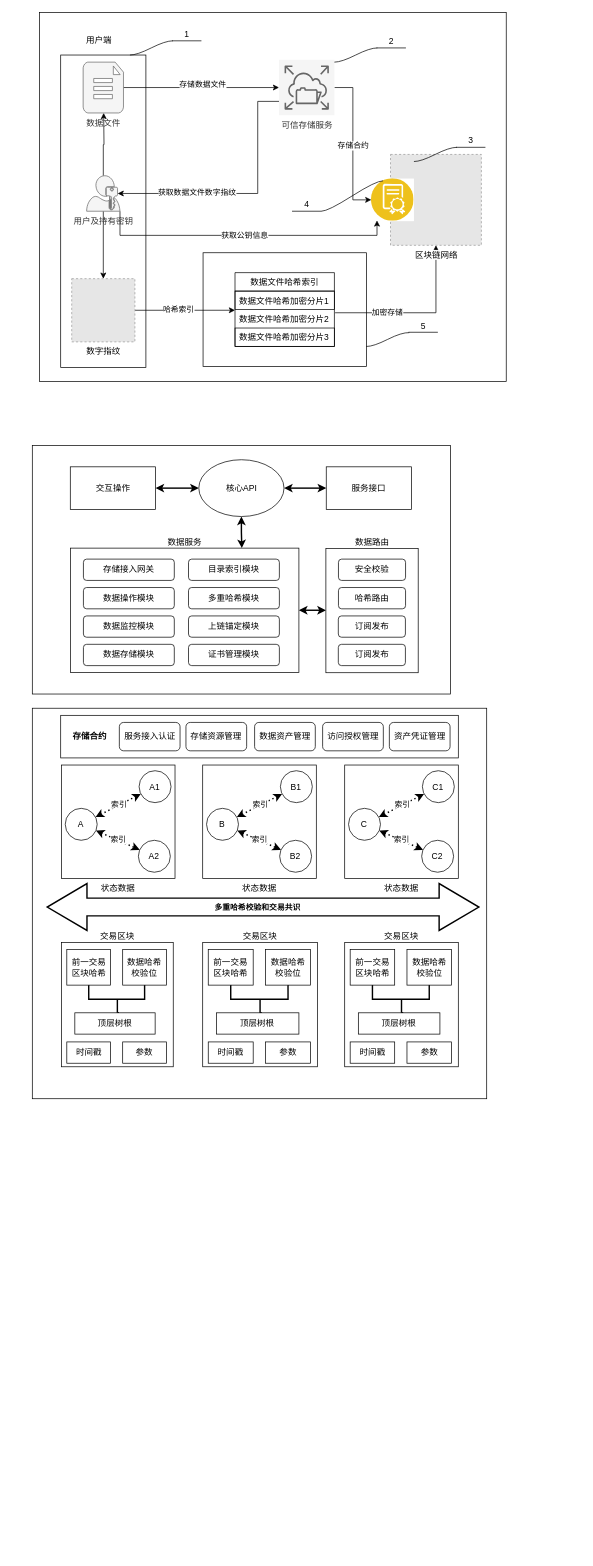
luoweb/codeshow keeps this draw.io diagram as bts_chain_cid.drawio. Above is the earlier version. Source tidied: cells renumbered, new cells numbered last; positions are measured from the earlier drawing's top-left corner, leaving out a move shared by most shapes. Both pictures are drawn from the tidied source at 71%, with x=0, y=0 at pixel (32, 12). Pictures stored in the file or linked from it are replaced by grey dashed boxes.
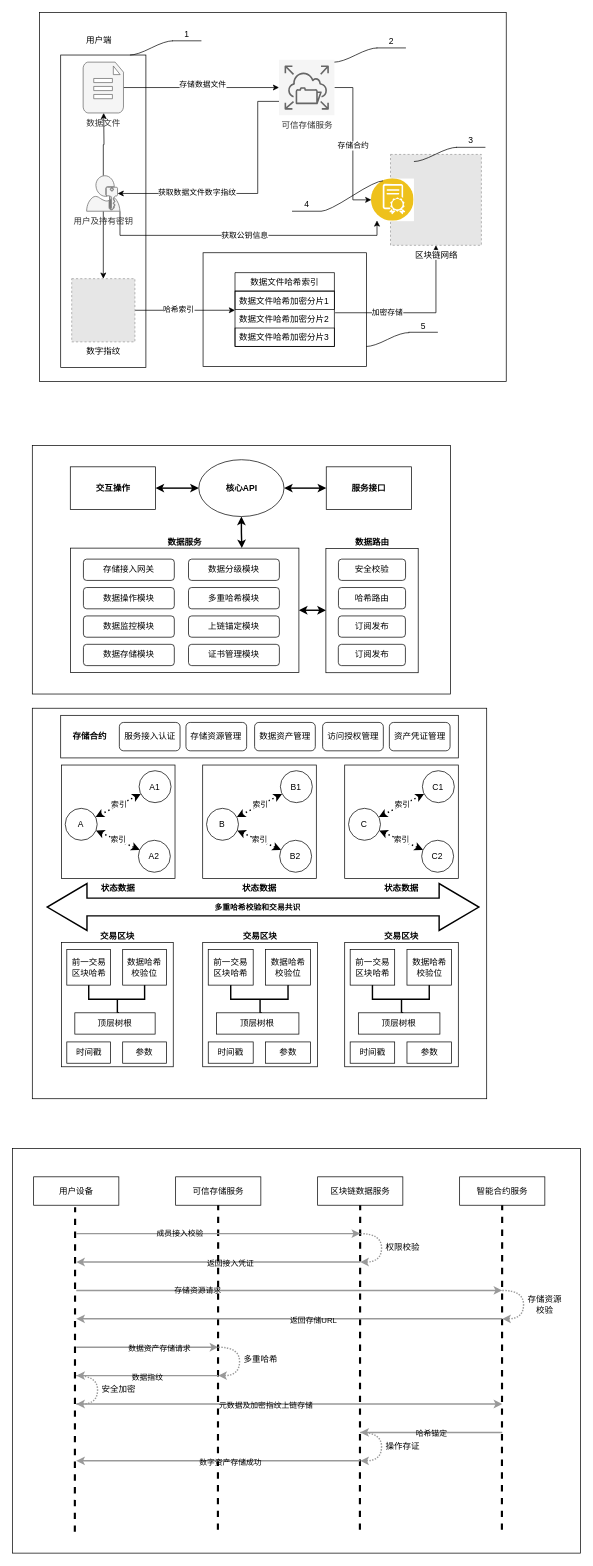
The same diagram, later.

The change refers to these unchanged cells:
```xml
<mxCell id="56" style="group;labelPosition=center;verticalLabelPosition=bottom;align=center;verticalAlign=top;" parent="1" vertex="1">
  <mxGeometry x="41" y="1310" width="157.5" height="175" as="geometry" />
</mxCell>
<mxCell id="65" style="group;labelPosition=center;verticalLabelPosition=bottom;align=center;verticalAlign=top;" parent="1" vertex="1">
  <mxGeometry x="240" y="1310" width="161.6" height="175" as="geometry" />
</mxCell>
<mxCell id="74" style="group;labelPosition=center;verticalLabelPosition=bottom;align=center;verticalAlign=top;" parent="1" vertex="1">
  <mxGeometry x="440" y="1310" width="160" height="175" as="geometry" />
</mxCell>
```

Change to the diagram source:
```diff
@@
-    <mxCell id="42" value="交互操作" style="rounded=0;whiteSpace=wrap;html=1;strokeColor=default;" parent="1" vertex="1">
+    <mxCell id="42" value="交互操作" style="rounded=0;whiteSpace=wrap;html=1;strokeColor=default;fontStyle=1;" parent="1" vertex="1">
       <mxGeometry x="53.5" y="640" width="120" height="60" as="geometry" />
     </mxCell>
@@
-    <mxCell id="45" value="核心API" style="ellipse;whiteSpace=wrap;html=1;strokeColor=default;" parent="1" vertex="1">
+    <mxCell id="45" value="核心API" style="ellipse;whiteSpace=wrap;html=1;strokeColor=default;fontStyle=1;" parent="1" vertex="1">
       <mxGeometry x="234.5" y="630" width="120" height="80" as="geometry" />
     </mxCell>
-    <mxCell id="46" value="服务接口" style="rounded=0;whiteSpace=wrap;html=1;strokeColor=default;" parent="1" vertex="1">
+    <mxCell id="46" value="服务接口" style="rounded=0;whiteSpace=wrap;html=1;strokeColor=default;fontStyle=1;" parent="1" vertex="1">
       <mxGeometry x="414" y="640" width="120" height="60" as="geometry" />
     </mxCell>
@@
-    <mxCell id="48" value="数据服务" style="rounded=0;whiteSpace=wrap;html=1;strokeColor=default;labelPosition=center;verticalLabelPosition=top;align=center;verticalAlign=bottom;" parent="1" vertex="1">
+    <mxCell id="48" value="&lt;b&gt;数据服务&lt;/b&gt;" style="rounded=0;whiteSpace=wrap;html=1;strokeColor=default;labelPosition=center;verticalLabelPosition=top;align=center;verticalAlign=bottom;" parent="1" vertex="1">
       <mxGeometry x="53.9" y="754.5" width="321.6" height="175" as="geometry" />
     </mxCell>
-    <mxCell id="49" value="数据路由" style="rounded=0;whiteSpace=wrap;html=1;strokeColor=default;labelPosition=center;verticalLabelPosition=top;align=center;verticalAlign=bottom;" parent="1" vertex="1">
+    <mxCell id="49" value="&lt;b&gt;数据路由&lt;/b&gt;" style="rounded=0;whiteSpace=wrap;html=1;strokeColor=default;labelPosition=center;verticalLabelPosition=top;align=center;verticalAlign=bottom;" parent="1" vertex="1">
       <mxGeometry x="413.5" y="755" width="130" height="175" as="geometry" />
     </mxCell>
@@
-    <mxCell id="57" value="交易区块" style="rounded=0;whiteSpace=wrap;html=1;strokeColor=default;labelPosition=center;verticalLabelPosition=top;align=center;verticalAlign=bottom;" parent="56" vertex="1">
+    <mxCell id="57" value="&lt;b&gt;交易区块&lt;/b&gt;" style="rounded=0;whiteSpace=wrap;html=1;strokeColor=default;labelPosition=center;verticalLabelPosition=top;align=center;verticalAlign=bottom;" parent="56" vertex="1">
       <mxGeometry width="157.5" height="175" as="geometry" />
     </mxCell>
@@
-    <mxCell id="66" value="交易区块" style="rounded=0;whiteSpace=wrap;html=1;strokeColor=default;labelPosition=center;verticalLabelPosition=top;align=center;verticalAlign=bottom;" parent="65" vertex="1">
+    <mxCell id="66" value="&lt;b&gt;交易区块&lt;/b&gt;" style="rounded=0;whiteSpace=wrap;html=1;strokeColor=default;labelPosition=center;verticalLabelPosition=top;align=center;verticalAlign=bottom;" parent="65" vertex="1">
       <mxGeometry width="161.6" height="175" as="geometry" />
     </mxCell>
@@
-    <mxCell id="75" value="交易区块" style="rounded=0;whiteSpace=wrap;html=1;strokeColor=default;labelPosition=center;verticalLabelPosition=top;align=center;verticalAlign=bottom;" parent="74" vertex="1">
+    <mxCell id="75" value="&lt;b&gt;交易区块&lt;/b&gt;" style="rounded=0;whiteSpace=wrap;html=1;strokeColor=default;labelPosition=center;verticalLabelPosition=top;align=center;verticalAlign=bottom;" parent="74" vertex="1">
       <mxGeometry width="160" height="175" as="geometry" />
     </mxCell>
@@
-    <mxCell id="83" value="状态数据" style="rounded=0;whiteSpace=wrap;html=1;strokeColor=default;labelPosition=center;verticalLabelPosition=bottom;align=center;verticalAlign=top;horizontal=1;textDirection=ltr;" parent="1" vertex="1">
+    <mxCell id="83" value="&lt;b&gt;状态数据&lt;/b&gt;" style="rounded=0;whiteSpace=wrap;html=1;strokeColor=default;labelPosition=center;verticalLabelPosition=bottom;align=center;verticalAlign=top;horizontal=1;textDirection=ltr;" parent="1" vertex="1">
       <mxGeometry x="41" y="1060" width="160" height="160" as="geometry" />
     </mxCell>
@@
-    <mxCell id="91" value="状态数据" style="rounded=0;whiteSpace=wrap;html=1;strokeColor=default;labelPosition=center;verticalLabelPosition=bottom;align=center;verticalAlign=top;horizontal=1;textDirection=ltr;" parent="1" vertex="1">
+    <mxCell id="91" value="&lt;b&gt;状态数据&lt;/b&gt;" style="rounded=0;whiteSpace=wrap;html=1;strokeColor=default;labelPosition=center;verticalLabelPosition=bottom;align=center;verticalAlign=top;horizontal=1;textDirection=ltr;" parent="1" vertex="1">
       <mxGeometry x="240" y="1060" width="160" height="160" as="geometry" />
     </mxCell>
@@
-    <mxCell id="99" value="状态数据" style="rounded=0;whiteSpace=wrap;html=1;strokeColor=default;labelPosition=center;verticalLabelPosition=bottom;align=center;verticalAlign=top;horizontal=1;textDirection=ltr;" parent="1" vertex="1">
+    <mxCell id="99" value="&lt;b&gt;状态数据&lt;/b&gt;" style="rounded=0;whiteSpace=wrap;html=1;strokeColor=default;labelPosition=center;verticalLabelPosition=bottom;align=center;verticalAlign=top;horizontal=1;textDirection=ltr;" parent="1" vertex="1">
       <mxGeometry x="440" y="1060" width="160" height="160" as="geometry" />
     </mxCell>
@@
-    <mxCell id="110" value="目录索引模块" style="rounded=1;whiteSpace=wrap;html=1;strokeColor=default;" parent="1" vertex="1">
+    <mxCell id="110" value="数据分级模块" style="rounded=1;whiteSpace=wrap;html=1;strokeColor=default;" parent="1" vertex="1">
       <mxGeometry x="220" y="770" width="128" height="30" as="geometry" />
     </mxCell>
@@
+    <mxCell id="122" style="rounded=0;whiteSpace=wrap;html=1;fillColor=#FFFFFF;" parent="1" vertex="1">
+      <mxGeometry x="-28.1" y="1600" width="800" height="570" as="geometry" />
+    </mxCell>
+    <mxCell id="123" value="用户设备" style="rounded=0;whiteSpace=wrap;html=1;labelBackgroundColor=none;fillColor=none;fontColor=#000000;strokeColor=#000000;" parent="1" vertex="1">
+      <mxGeometry x="1.9" y="1640" width="120" height="40" as="geometry" />
+    </mxCell>
+    <mxCell id="124" value="可信存储服务" style="rounded=0;whiteSpace=wrap;html=1;labelBackgroundColor=none;fillColor=none;fontColor=#000000;strokeColor=#000000;" parent="1" vertex="1">
+      <mxGeometry x="201.9" y="1640" width="120" height="40" as="geometry" />
+    </mxCell>
+    <mxCell id="125" value="区块链数据服务" style="rounded=0;whiteSpace=wrap;html=1;labelBackgroundColor=none;fillColor=none;fontColor=#000000;strokeColor=#000000;" parent="1" vertex="1">
+      <mxGeometry x="401.9" y="1640" width="120" height="40" as="geometry" />
+    </mxCell>
+    <mxCell id="126" value="智能合约服务" style="rounded=0;whiteSpace=wrap;html=1;labelBackgroundColor=none;fillColor=none;fontColor=#000000;strokeColor=#000000;" parent="1" vertex="1">
+      <mxGeometry x="601.9" y="1640" width="120" height="40" as="geometry" />
+    </mxCell>
+    <mxCell id="127" style="endArrow=none;dashed=1;html=1;strokeWidth=3;entryX=0.445;entryY=1.07;entryDx=0;entryDy=0;entryPerimeter=0;labelBackgroundColor=none;fontColor=#000000;strokeColor=#000000;" parent="1" edge="1">
+      <mxGeometry relative="1" as="geometry">
+        <mxPoint x="59.9" y="2140" as="sourcePoint" />
+        <mxPoint x="60.3" y="1682.8" as="targetPoint" />
+      </mxGeometry>
+    </mxCell>
+    <mxCell id="128" style="endArrow=none;dashed=1;html=1;strokeWidth=3;entryX=0.445;entryY=1.07;entryDx=0;entryDy=0;entryPerimeter=0;labelBackgroundColor=none;fontColor=#000000;strokeColor=#000000;" parent="1" edge="1">
+      <mxGeometry relative="1" as="geometry">
+        <mxPoint x="261.4" y="2137.2" as="sourcePoint" />
+        <mxPoint x="261.8" y="1680" as="targetPoint" />
+      </mxGeometry>
+    </mxCell>
+    <mxCell id="129" style="endArrow=none;dashed=1;html=1;strokeWidth=3;entryX=0.445;entryY=1.07;entryDx=0;entryDy=0;entryPerimeter=0;labelBackgroundColor=none;fontColor=#000000;strokeColor=#000000;" parent="1" edge="1">
+      <mxGeometry relative="1" as="geometry">
+        <mxPoint x="461.4" y="2137.2" as="sourcePoint" />
+        <mxPoint x="461.8" y="1680" as="targetPoint" />
+      </mxGeometry>
+    </mxCell>
+    <mxCell id="130" style="endArrow=none;dashed=1;html=1;strokeWidth=3;entryX=0.445;entryY=1.07;entryDx=0;entryDy=0;entryPerimeter=0;labelBackgroundColor=none;fontColor=#000000;strokeColor=#000000;" parent="1" edge="1">
+      <mxGeometry relative="1" as="geometry">
+        <mxPoint x="661.4" y="2137.2" as="sourcePoint" />
+        <mxPoint x="661.8" y="1680" as="targetPoint" />
+      </mxGeometry>
+    </mxCell>
+    <mxCell id="131" style="endArrow=classic;html=1;strokeWidth=2;labelBackgroundColor=none;fontColor=#000000;labelBorderColor=none;strokeColor=#999999;" parent="1" edge="1">
+      <mxGeometry relative="1" as="geometry">
+        <mxPoint x="61.9" y="1720" as="sourcePoint" />
+        <mxPoint x="461.9" y="1720" as="targetPoint" />
+      </mxGeometry>
+    </mxCell>
+    <mxCell id="132" value="成员接入校验" style="edgeLabel;html=1;align=center;verticalAlign=middle;labelBackgroundColor=none;fontColor=#000000;labelBorderColor=none;" parent="131" vertex="1">
+      <mxGeometry x="-0.27" y="1" relative="1" as="geometry" />
+    </mxCell>
+    <mxCell id="133" style="endArrow=classic;html=1;strokeWidth=2;labelBackgroundColor=none;fontColor=#000000;labelBorderColor=none;strokeColor=#999999;" parent="1" edge="1">
+      <mxGeometry relative="1" as="geometry">
+        <mxPoint x="61.9" y="1800" as="sourcePoint" />
+        <mxPoint x="661.9" y="1800" as="targetPoint" />
+      </mxGeometry>
+    </mxCell>
+    <mxCell id="134" value="存储资源请求" style="edgeLabel;html=1;align=center;verticalAlign=middle;labelBackgroundColor=none;fontColor=#000000;labelBorderColor=none;" parent="133" vertex="1">
+      <mxGeometry x="-0.43" y="1" relative="1" as="geometry" />
+    </mxCell>
+    <mxCell id="135" style="endArrow=classic;html=1;strokeWidth=2;labelBackgroundColor=none;fontColor=#000000;labelBorderColor=none;strokeColor=#999999;" parent="1" edge="1">
+      <mxGeometry relative="1" as="geometry">
+        <mxPoint x="61.9" y="1880" as="sourcePoint" />
+        <mxPoint x="261.9" y="1880" as="targetPoint" />
+      </mxGeometry>
+    </mxCell>
+    <mxCell id="136" value="数据资产存储请求" style="edgeLabel;html=1;align=center;verticalAlign=middle;labelBackgroundColor=none;fontColor=#000000;labelBorderColor=none;" parent="135" vertex="1">
+      <mxGeometry x="0.17" y="-1" relative="1" as="geometry" />
+    </mxCell>
+    <mxCell id="137" style="endArrow=classic;html=1;strokeWidth=2;labelBackgroundColor=none;fontColor=#000000;labelBorderColor=none;strokeColor=#999999;" parent="1" edge="1">
+      <mxGeometry relative="1" as="geometry">
+        <mxPoint x="61.9" y="1960" as="sourcePoint" />
+        <mxPoint x="661.9" y="1960" as="targetPoint" />
+      </mxGeometry>
+    </mxCell>
+    <mxCell id="138" value="元数据及加密指纹上链存储" style="edgeLabel;html=1;align=center;verticalAlign=middle;labelBackgroundColor=none;fontColor=#000000;labelBorderColor=none;" parent="137" vertex="1">
+      <mxGeometry x="0.17" y="-1" relative="1" as="geometry">
+        <mxPoint x="-84" as="offset" />
+      </mxGeometry>
+    </mxCell>
+    <mxCell id="139" style="curved=1;endArrow=classic;html=1;strokeWidth=2;dashed=1;dashPattern=1 1;labelBackgroundColor=none;fontColor=#000000;labelBorderColor=none;strokeColor=#999999;" parent="1" edge="1">
+      <mxGeometry relative="1" as="geometry">
+        <mxPoint x="261.9" y="1880" as="sourcePoint" />
+        <mxPoint x="261.9" y="1920" as="targetPoint" />
+        <Array as="points">
+          <mxPoint x="291.9" y="1880" />
+          <mxPoint x="291.9" y="1920" />
+        </Array>
+      </mxGeometry>
+    </mxCell>
+    <mxCell id="140" style="curved=1;endArrow=classic;html=1;strokeWidth=2;dashed=1;dashPattern=1 1;labelBackgroundColor=none;fontColor=#000000;labelBorderColor=none;strokeColor=#999999;" parent="1" edge="1">
+      <mxGeometry relative="1" as="geometry">
+        <mxPoint x="461.9" y="1720" as="sourcePoint" />
+        <mxPoint x="461.9" y="1760" as="targetPoint" />
+        <Array as="points">
+          <mxPoint x="491.9" y="1720" />
+          <mxPoint x="491.9" y="1760" />
+        </Array>
+      </mxGeometry>
+    </mxCell>
+    <mxCell id="141" style="curved=1;endArrow=classic;html=1;strokeWidth=2;dashed=1;dashPattern=1 1;labelBackgroundColor=none;fontColor=#000000;labelBorderColor=none;strokeColor=#999999;" parent="1" edge="1">
+      <mxGeometry relative="1" as="geometry">
+        <mxPoint x="461.9" y="2000" as="sourcePoint" />
+        <mxPoint x="461.9" y="2040" as="targetPoint" />
+        <Array as="points">
+          <mxPoint x="491.9" y="2000" />
+          <mxPoint x="491.9" y="2040" />
+        </Array>
+      </mxGeometry>
+    </mxCell>
+    <mxCell id="142" style="endArrow=none;html=1;strokeWidth=2;endFill=0;startArrow=classic;startFill=1;labelBackgroundColor=none;fontColor=#000000;labelBorderColor=none;strokeColor=#999999;" parent="1" edge="1">
+      <mxGeometry relative="1" as="geometry">
+        <mxPoint x="461.9" y="2000" as="sourcePoint" />
+        <mxPoint x="661.9" y="2000" as="targetPoint" />
+      </mxGeometry>
+    </mxCell>
+    <mxCell id="143" value="哈希锚定" style="edgeLabel;html=1;align=center;verticalAlign=middle;labelBackgroundColor=none;fontColor=#000000;labelBorderColor=none;" parent="142" vertex="1">
+      <mxGeometry x="0.17" y="-1" relative="1" as="geometry">
+        <mxPoint x="-17" as="offset" />
+      </mxGeometry>
+    </mxCell>
+    <mxCell id="144" value="多重哈希" style="text;html=1;strokeColor=none;fillColor=none;align=center;verticalAlign=middle;whiteSpace=wrap;rounded=0;labelBackgroundColor=none;fontColor=#000000;labelBorderColor=none;" parent="1" vertex="1">
+      <mxGeometry x="291.9" y="1888" width="60" height="20" as="geometry" />
+    </mxCell>
+    <mxCell id="145" value="权限校验" style="text;html=1;strokeColor=none;fillColor=none;align=center;verticalAlign=middle;whiteSpace=wrap;rounded=0;labelBackgroundColor=none;fontColor=#000000;labelBorderColor=none;" parent="1" vertex="1">
+      <mxGeometry x="491.9" y="1730" width="60" height="20" as="geometry" />
+    </mxCell>
+    <mxCell id="146" style="endArrow=none;html=1;strokeWidth=2;endFill=0;startArrow=classic;startFill=1;labelBackgroundColor=none;fontColor=#000000;labelBorderColor=none;strokeColor=#999999;" parent="1" edge="1">
+      <mxGeometry relative="1" as="geometry">
+        <mxPoint x="61.9" y="1840" as="sourcePoint" />
+        <mxPoint x="661.9" y="1840" as="targetPoint" />
+      </mxGeometry>
+    </mxCell>
+    <mxCell id="147" value="返回存储URL" style="edgeLabel;html=1;align=center;verticalAlign=middle;labelBackgroundColor=none;fontColor=#000000;labelBorderColor=none;" parent="146" vertex="1">
+      <mxGeometry x="0.17" y="-1" relative="1" as="geometry">
+        <mxPoint x="-17" as="offset" />
+      </mxGeometry>
+    </mxCell>
+    <mxCell id="148" style="endArrow=none;html=1;strokeWidth=2;endFill=0;startArrow=classic;startFill=1;labelBackgroundColor=none;fontColor=#000000;labelBorderColor=none;strokeColor=#999999;" parent="1" edge="1">
+      <mxGeometry relative="1" as="geometry">
+        <mxPoint x="61.9" y="1760" as="sourcePoint" />
+        <mxPoint x="461.9" y="1760" as="targetPoint" />
+      </mxGeometry>
+    </mxCell>
+    <mxCell id="149" value="返回接入凭证" style="edgeLabel;html=1;align=center;verticalAlign=middle;labelBackgroundColor=none;fontColor=#000000;labelBorderColor=none;" parent="148" vertex="1">
+      <mxGeometry x="0.17" y="-1" relative="1" as="geometry">
+        <mxPoint x="-17" as="offset" />
+      </mxGeometry>
+    </mxCell>
+    <mxCell id="150" style="curved=1;endArrow=classic;html=1;strokeWidth=2;dashed=1;dashPattern=1 1;labelBackgroundColor=none;fontColor=#000000;labelBorderColor=none;strokeColor=#999999;" parent="1" edge="1">
+      <mxGeometry relative="1" as="geometry">
+        <mxPoint x="661.9" y="1800" as="sourcePoint" />
+        <mxPoint x="661.9" y="1840" as="targetPoint" />
+        <Array as="points">
+          <mxPoint x="691.9" y="1800" />
+          <mxPoint x="691.9" y="1840" />
+        </Array>
+      </mxGeometry>
+    </mxCell>
+    <mxCell id="151" value="存储资源校验" style="text;html=1;strokeColor=none;fillColor=none;align=center;verticalAlign=middle;whiteSpace=wrap;rounded=0;labelBackgroundColor=none;fontColor=#000000;labelBorderColor=none;" parent="1" vertex="1">
+      <mxGeometry x="691.9" y="1810" width="60" height="20" as="geometry" />
+    </mxCell>
+    <mxCell id="152" value="操作存证" style="text;html=1;strokeColor=none;fillColor=none;align=center;verticalAlign=middle;whiteSpace=wrap;rounded=0;labelBackgroundColor=none;fontColor=#000000;labelBorderColor=none;" parent="1" vertex="1">
+      <mxGeometry x="491.9" y="2010" width="60" height="20" as="geometry" />
+    </mxCell>
+    <mxCell id="153" style="endArrow=none;html=1;strokeWidth=2;endFill=0;startArrow=classic;startFill=1;labelBackgroundColor=none;fontColor=#000000;labelBorderColor=none;strokeColor=#999999;" parent="1" edge="1">
+      <mxGeometry relative="1" as="geometry">
+        <mxPoint x="61.9" y="2040" as="sourcePoint" />
+        <mxPoint x="461.9" y="2040" as="targetPoint" />
+      </mxGeometry>
+    </mxCell>
+    <mxCell id="154" value="数字资产存储成功" style="edgeLabel;html=1;align=center;verticalAlign=middle;labelBackgroundColor=none;fontColor=#000000;labelBorderColor=none;" parent="153" vertex="1">
+      <mxGeometry x="0.17" y="-1" relative="1" as="geometry">
+        <mxPoint x="-17" as="offset" />
+      </mxGeometry>
+    </mxCell>
+    <mxCell id="155" style="curved=1;endArrow=classic;html=1;strokeWidth=2;dashed=1;dashPattern=1 1;labelBackgroundColor=none;fontColor=#000000;labelBorderColor=none;strokeColor=#999999;" parent="1" edge="1">
+      <mxGeometry relative="1" as="geometry">
+        <mxPoint x="61.9" y="1920" as="sourcePoint" />
+        <mxPoint x="61.9" y="1960" as="targetPoint" />
+        <Array as="points">
+          <mxPoint x="91.9" y="1920" />
+          <mxPoint x="91.9" y="1960" />
+        </Array>
+      </mxGeometry>
+    </mxCell>
+    <mxCell id="156" value="安全加密" style="text;html=1;strokeColor=none;fillColor=none;align=center;verticalAlign=middle;whiteSpace=wrap;rounded=0;labelBackgroundColor=none;fontColor=#000000;labelBorderColor=none;" parent="1" vertex="1">
+      <mxGeometry x="91.9" y="1930" width="60" height="20" as="geometry" />
+    </mxCell>
+    <mxCell id="157" style="endArrow=none;html=1;strokeWidth=2;endFill=0;startArrow=classic;startFill=1;labelBackgroundColor=none;fontColor=#000000;labelBorderColor=none;strokeColor=#999999;" parent="1" edge="1">
+      <mxGeometry relative="1" as="geometry">
+        <mxPoint x="61.9" y="1920" as="sourcePoint" />
+        <mxPoint x="261.9" y="1920" as="targetPoint" />
+      </mxGeometry>
+    </mxCell>
+    <mxCell id="158" value="数据指纹" style="edgeLabel;html=1;align=center;verticalAlign=middle;labelBackgroundColor=none;fontColor=#000000;labelBorderColor=none;" parent="157" vertex="1">
+      <mxGeometry x="0.17" y="-1" relative="1" as="geometry">
+        <mxPoint x="-17" as="offset" />
+      </mxGeometry>
+    </mxCell>
```
